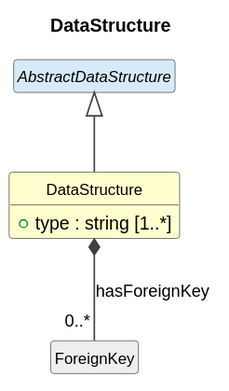
Earlier version of the PlantUML export cdif-uml-model/_plantuml/cdifDataStructure/Classes/DataStructure.svg (Cross-Domain-Interoperability-Framework/metadataBuildingBlocks). Its diagram source:
```plantuml
@startuml
title DataStructure
hide circle
hide empty members
skinparam shadowing false
skinparam ArrowThickness 1.2
skinparam class {
  ArrowColor #404040
  BorderColor #404040
  FontSize 12
}

class "DataStructure" as DataStructure #FEFECE {
  +type : string [1..*]
}
abstract class "AbstractDataStructure" as AbstractDataStructure #D6EAF8
AbstractDataStructure <|-- DataStructure
class "ForeignKey" as ForeignKey #EEEEEE
DataStructure *-- "0..*" ForeignKey : hasForeignKey
@enduml
```
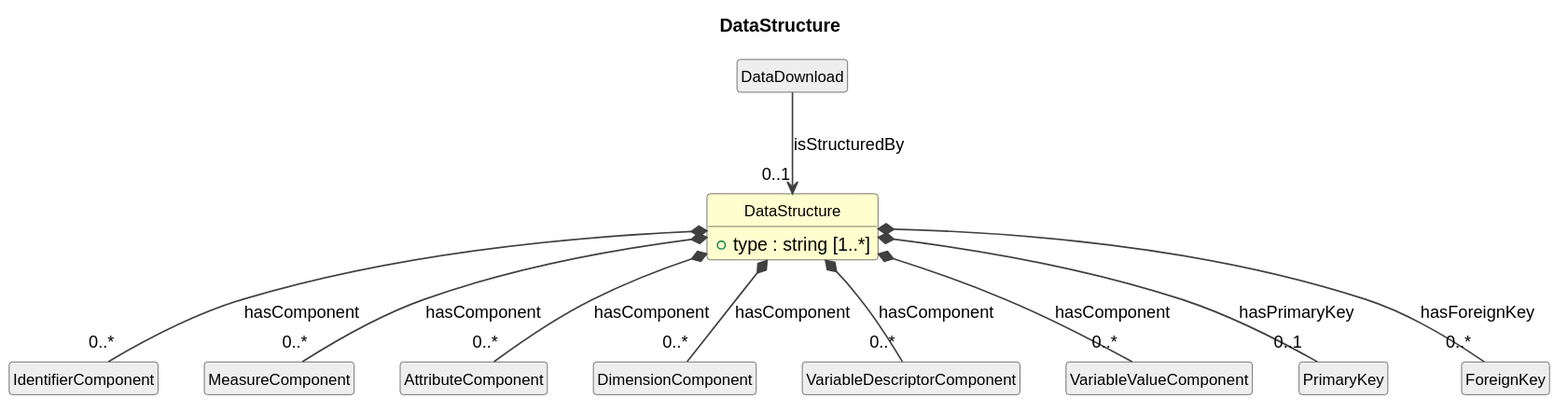
After the commit.

The edit, as a diff of the source:
```diff
@@ -13,8 +13,22 @@
 class "DataStructure" as DataStructure #FEFECE {
   +type : string [1..*]
 }
-abstract class "AbstractDataStructure" as AbstractDataStructure #D6EAF8
-AbstractDataStructure <|-- DataStructure
+class "DataDownload" as DataDownload #EEEEEE
+DataDownload --> "0..1" DataStructure : isStructuredBy
+class "IdentifierComponent" as IdentifierComponent #EEEEEE
+DataStructure *-- "0..*" IdentifierComponent : hasComponent
+class "MeasureComponent" as MeasureComponent #EEEEEE
+DataStructure *-- "0..*" MeasureComponent : hasComponent
+class "AttributeComponent" as AttributeComponent #EEEEEE
+DataStructure *-- "0..*" AttributeComponent : hasComponent
+class "DimensionComponent" as DimensionComponent #EEEEEE
+DataStructure *-- "0..*" DimensionComponent : hasComponent
+class "VariableDescriptorComponent" as VariableDescriptorComponent #EEEEEE
+DataStructure *-- "0..*" VariableDescriptorComponent : hasComponent
+class "VariableValueComponent" as VariableValueComponent #EEEEEE
+DataStructure *-- "0..*" VariableValueComponent : hasComponent
+class "PrimaryKey" as PrimaryKey #EEEEEE
+DataStructure *-- "0..1" PrimaryKey : hasPrimaryKey
 class "ForeignKey" as ForeignKey #EEEEEE
 DataStructure *-- "0..*" ForeignKey : hasForeignKey
 @enduml
```
